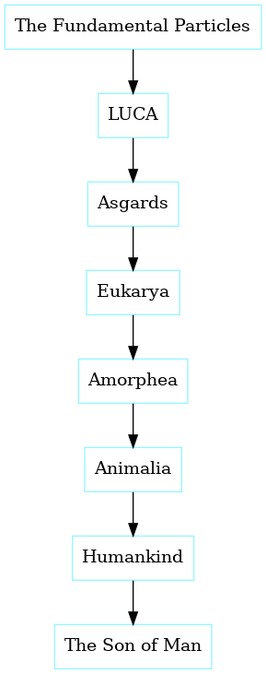
Earlier version of the Graphviz export graphs/Evolutionary_Lineage.png (julianfl0w/Deism). Its source is kept beside it as graphs/Evolutionary_Lineage.dot. Its diagram source:
```dot
digraph D {
"The Fundamental Particles" [shape=box, color = cadetblue1]
"LUCA" [shape=box, color = cadetblue1]
"Asgards" [shape=box, color = cadetblue1]
"Eukarya" [shape=box, color = cadetblue1]
"Amorphea" [shape=box, color = cadetblue1]
"Animalia" [shape=box, color = cadetblue1]
"Humankind" [shape=box, color = cadetblue1]
"The Son of Man" [shape=box, color = cadetblue1]
"Humankind" -> "The Son of Man" [penwidth=1]
"Animalia" -> "Humankind" [penwidth=1]
"Amorphea" -> "Animalia" [penwidth=1]
"Eukarya" -> "Amorphea" [penwidth=1]
"Asgards" -> "Eukarya" [penwidth=1]
"LUCA" -> "Asgards" [penwidth=1]
"The Fundamental Particles" -> "LUCA" [penwidth=1]
}
```
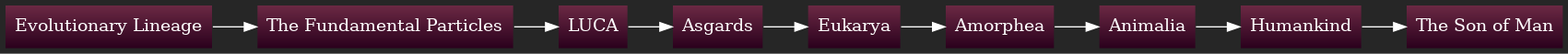
Later version of the same file.

The edit, as a diff of the source:
```diff
@@ -1,17 +1,25 @@
 digraph D {
-"The Fundamental Particles" [shape=box, color = cadetblue1]
-"LUCA" [shape=box, color = cadetblue1]
-"Asgards" [shape=box, color = cadetblue1]
-"Eukarya" [shape=box, color = cadetblue1]
-"Amorphea" [shape=box, color = cadetblue1]
-"Animalia" [shape=box, color = cadetblue1]
-"Humankind" [shape=box, color = cadetblue1]
-"The Son of Man" [shape=box, color = cadetblue1]
-"Humankind" -> "The Son of Man" [penwidth=1]
-"Animalia" -> "Humankind" [penwidth=1]
-"Amorphea" -> "Animalia" [penwidth=1]
-"Eukarya" -> "Amorphea" [penwidth=1]
-"Asgards" -> "Eukarya" [penwidth=1]
-"LUCA" -> "Asgards" [penwidth=1]
-"The Fundamental Particles" -> "LUCA" [penwidth=1]
+rankdir = LR
+style = filled
+color = lightgrey
+bgcolor = "#262626"
+fillcolor = "darkgray:gold"
+gradientangle = 0
+"Evolutionary Lineage" [shape=box, color="#262626", fontcolor=white, fillcolor="#6C2944:#29001C", style=filled, gradientangle=270.05]
+"The Fundamental Particles" [shape=box, color="#262626", fontcolor=white, fillcolor="#6C2944:#29001C", style=filled, gradientangle=270.05]
+"Evolutionary Lineage" -> "The Fundamental Particles" [color=white, penwidth=1]
+"LUCA" [shape=box, color="#262626", fontcolor=white, fillcolor="#6C2944:#29001C", style=filled, gradientangle=270.05]
+"The Fundamental Particles" -> "LUCA" [color=white, penwidth=1]
+"Asgards" [shape=box, color="#262626", fontcolor=white, fillcolor="#6C2944:#29001C", style=filled, gradientangle=270.05]
+"LUCA" -> "Asgards" [color=white, penwidth=1]
+"Eukarya" [shape=box, color="#262626", fontcolor=white, fillcolor="#6C2944:#29001C", style=filled, gradientangle=270.05]
+"Asgards" -> "Eukarya" [color=white, penwidth=1]
+"Amorphea" [shape=box, color="#262626", fontcolor=white, fillcolor="#6C2944:#29001C", style=filled, gradientangle=270.05]
+"Eukarya" -> "Amorphea" [color=white, penwidth=1]
+"Animalia" [shape=box, color="#262626", fontcolor=white, fillcolor="#6C2944:#29001C", style=filled, gradientangle=270.05]
+"Amorphea" -> "Animalia" [color=white, penwidth=1]
+"Humankind" [shape=box, color="#262626", fontcolor=white, fillcolor="#6C2944:#29001C", style=filled, gradientangle=270.05]
+"Animalia" -> "Humankind" [color=white, penwidth=1]
+"The Son of Man" [shape=box, color="#262626", fontcolor=white, fillcolor="#6C2944:#29001C", style=filled, gradientangle=270.05]
+"Humankind" -> "The Son of Man" [color=white, penwidth=1]
 }
```
